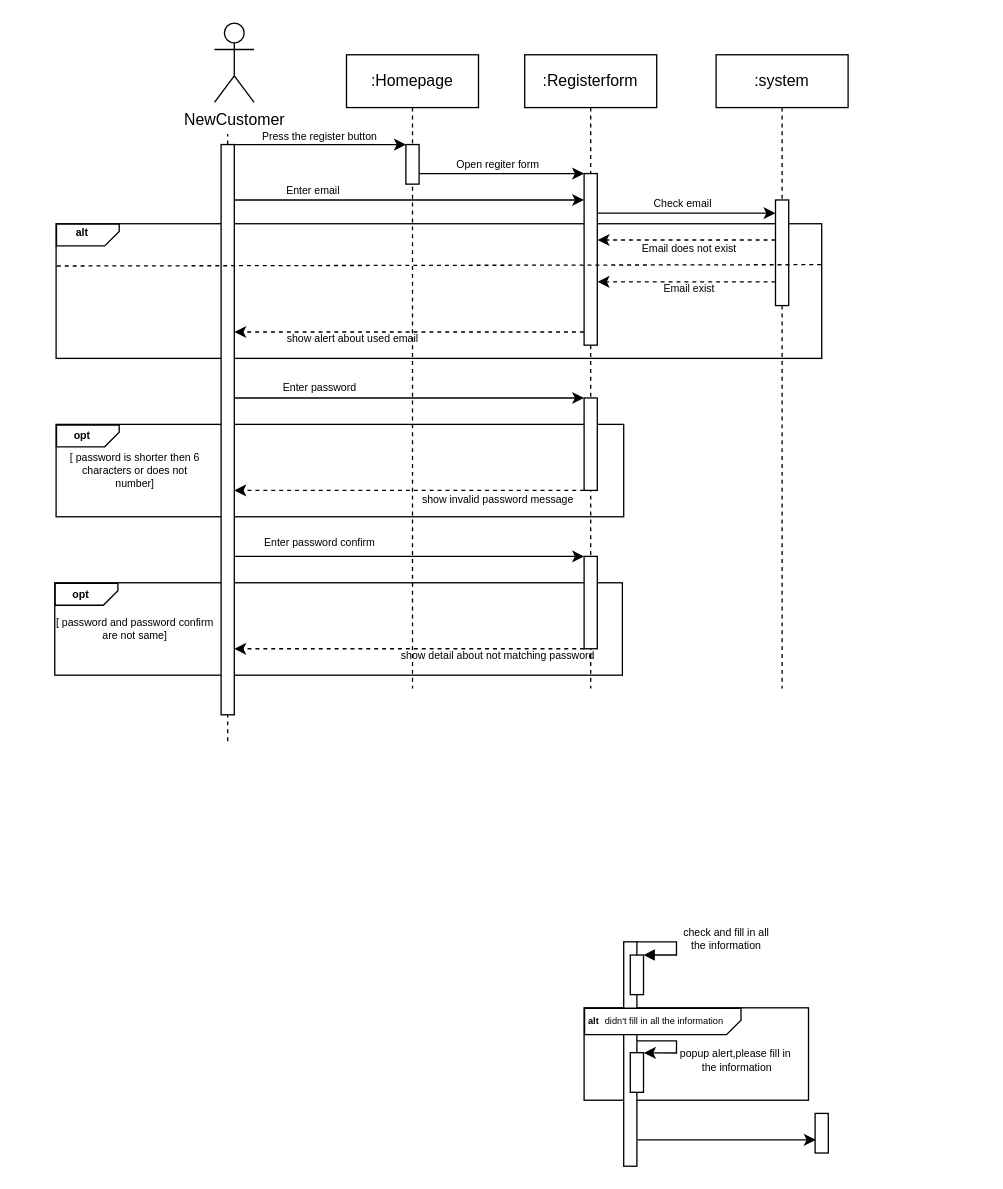
Above: se.drawio in Yaya25aom/bookhotel (draw.io), before the change. Source tidied: cells renumbered, new cells numbered last; positions are measured from the earlier drawing's top-left corner, leaving out a move shared by most shapes. Both pictures are drawn from the tidied source at 132%, with x=0, y=0 at pixel (22, 22).
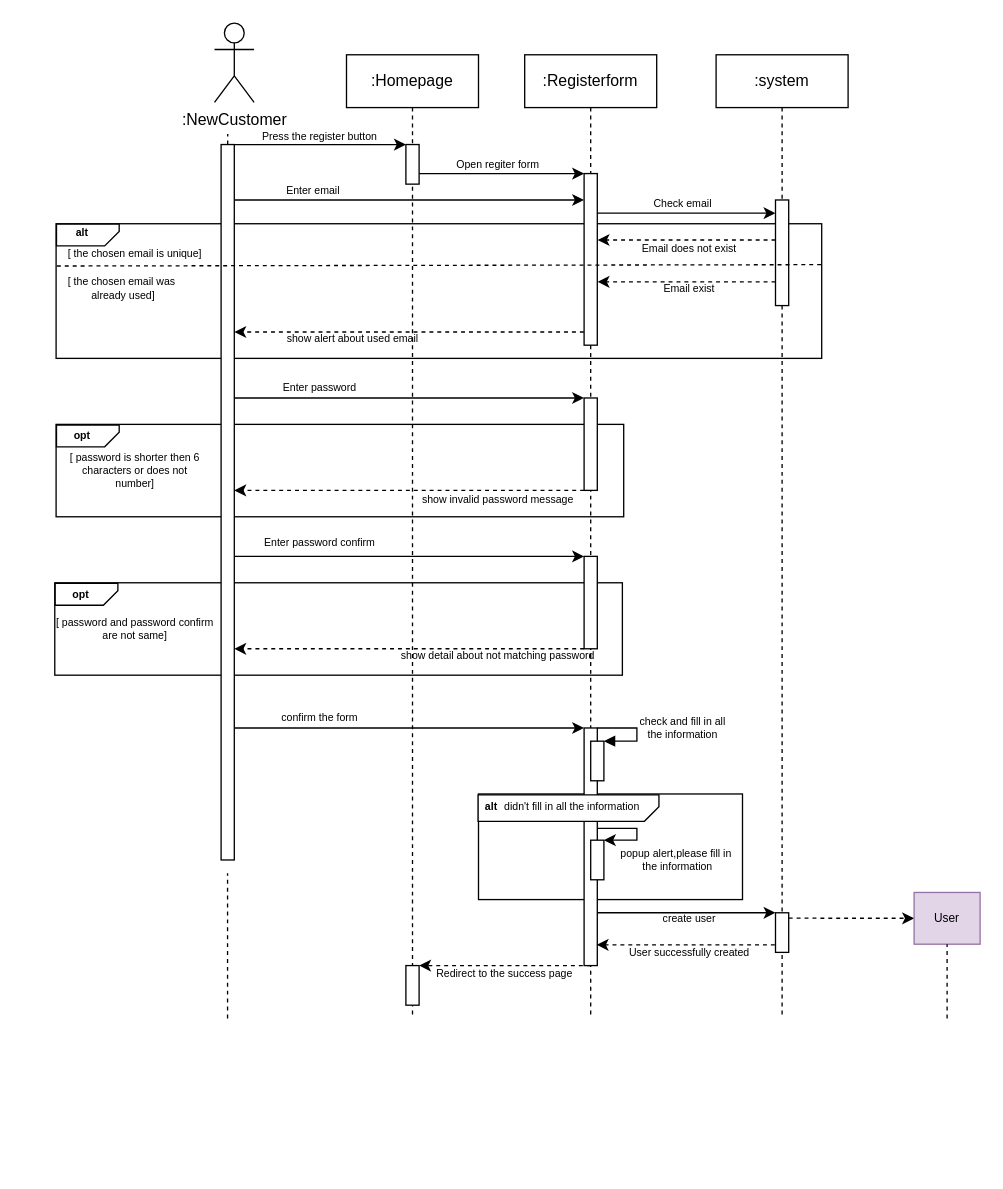
After the change.

The edit, as a diff of the source:
```diff
@@
+    <mxCell id="62" style="rounded=0;whiteSpace=wrap;html=1;" parent="1" vertex="1">
+      <mxGeometry x="345" y="584" width="200" height="80" as="geometry" />
+    </mxCell>
@@
     <mxCell id="5" value=":Registerform" style="shape=umlLifeline;perimeter=lifelinePerimeter;whiteSpace=wrap;html=1;newEdgeStyle={&quot;edgeStyle&quot;:&quot;elbowEdgeStyle&quot;,&quot;elbow&quot;:&quot;vertical&quot;,&quot;curved&quot;:0,&quot;rounded&quot;:0};" parent="1" vertex="1">
-      <mxGeometry x="380" y="24" width="100" height="480" as="geometry" />
+      <mxGeometry x="380" y="24" width="100" height="730" as="geometry" />
     </mxCell>
@@
+    <mxCell id="63" style="html=1;points=[];perimeter=orthogonalPerimeter;outlineConnect=0;targetShapes=umlLifeline;portConstraint=eastwest;newEdgeStyle={&quot;edgeStyle&quot;:&quot;elbowEdgeStyle&quot;,&quot;elbow&quot;:&quot;vertical&quot;,&quot;curved&quot;:0,&quot;rounded&quot;:0};" parent="5" vertex="1">
+      <mxGeometry x="45" y="510" width="10" height="180" as="geometry" />
+    </mxCell>
+    <mxCell id="64" style="html=1;perimeter=orthogonalPerimeter;targetShapes=umlLifeline;newEdgeStyle={&quot;edgeStyle&quot;:&quot;elbowEdgeStyle&quot;,&quot;elbow&quot;:&quot;vertical&quot;,&quot;curved&quot;:0,&quot;rounded&quot;:0};" parent="5" vertex="1">
+      <mxGeometry x="50" y="520" width="10" height="30" as="geometry" />
+    </mxCell>
     <mxCell id="9" value=":system" style="shape=umlLifeline;perimeter=lifelinePerimeter;whiteSpace=wrap;html=1;newEdgeStyle={&quot;edgeStyle&quot;:&quot;elbowEdgeStyle&quot;,&quot;elbow&quot;:&quot;vertical&quot;,&quot;curved&quot;:0,&quot;rounded&quot;:0};" parent="1" vertex="1">
-      <mxGeometry x="525" y="24" width="100" height="480" as="geometry" />
+      <mxGeometry x="525" y="24" width="100" height="730" as="geometry" />
     </mxCell>
@@
+    <mxCell id="65" style="html=1;points=[];perimeter=orthogonalPerimeter;outlineConnect=0;targetShapes=umlLifeline;portConstraint=eastwest;newEdgeStyle={&quot;edgeStyle&quot;:&quot;elbowEdgeStyle&quot;,&quot;elbow&quot;:&quot;vertical&quot;,&quot;curved&quot;:0,&quot;rounded&quot;:0};" parent="9" vertex="1">
+      <mxGeometry x="45" y="650" width="10" height="30" as="geometry" />
+    </mxCell>
-    <mxCell id="11" value="NewCustomer" style="shape=umlActor;verticalLabelPosition=bottom;verticalAlign=top;html=1;" parent="1" vertex="1">
+    <mxCell id="11" value=":NewCustomer" style="shape=umlActor;verticalLabelPosition=bottom;verticalAlign=top;html=1;" parent="1" vertex="1">
       <mxGeometry x="145" width="30" height="60" as="geometry" />
     </mxCell>
@@
-    <mxCell id="16" style="rounded=0;whiteSpace=wrap;html=1;" parent="1" vertex="1">
-      <mxGeometry x="425" y="746" width="170" height="70" as="geometry" />
-    </mxCell>
-    <mxCell id="17" style="html=1;perimeter=orthogonalPerimeter;targetShapes=umlLifeline;newEdgeStyle={&quot;edgeStyle&quot;:&quot;elbowEdgeStyle&quot;,&quot;elbow&quot;:&quot;vertical&quot;,&quot;curved&quot;:0,&quot;rounded&quot;:0};" parent="1" vertex="1">
-      <mxGeometry x="455" y="696" width="10" height="170" as="geometry" />
-    </mxCell>
-    <mxCell id="18" style="html=1;perimeter=orthogonalPerimeter;targetShapes=umlLifeline;newEdgeStyle={&quot;edgeStyle&quot;:&quot;elbowEdgeStyle&quot;,&quot;elbow&quot;:&quot;vertical&quot;,&quot;curved&quot;:0,&quot;rounded&quot;:0};" parent="1" vertex="1">
-      <mxGeometry x="460" y="706" width="10" height="30" as="geometry" />
-    </mxCell>
-    <mxCell id="19" style="html=1;verticalAlign=bottom;endArrow=block;edgeStyle=orthogonalEdgeStyle;elbow=vertical;rounded=0;" parent="1" edge="1">
-      <mxGeometry relative="1" as="geometry">
-        <mxPoint x="465" y="696" as="sourcePoint" />
-        <mxPoint x="470" y="706" as="targetPoint" />
-        <Array as="points">
-          <mxPoint x="465" y="696" />
-          <mxPoint x="495" y="696" />
-          <mxPoint x="495" y="706" />
-        </Array>
-      </mxGeometry>
-    </mxCell>
-    <mxCell id="20" style="html=1;perimeter=orthogonalPerimeter;targetShapes=umlLifeline;newEdgeStyle={&quot;edgeStyle&quot;:&quot;elbowEdgeStyle&quot;,&quot;elbow&quot;:&quot;vertical&quot;,&quot;curved&quot;:0,&quot;rounded&quot;:0};" parent="1" vertex="1">
-      <mxGeometry x="600" y="826" width="10" height="30" as="geometry" />
-    </mxCell>
-    <mxCell id="21" value="check and fill in all &#10;the information" style="text;align=center;verticalAlign=middle;strokeColor=none;fillColor=none;fontSize=8;" parent="1" vertex="1">
-      <mxGeometry x="483" y="674" width="100" height="40" as="geometry" />
-    </mxCell>
-    <mxCell id="22" style="shape=card;whiteSpace=wrap;html=1;direction=east;rotation=90;flipV=0;flipH=1;size=11;" parent="1" vertex="1">
-      <mxGeometry x="474.6" y="697.1" width="20" height="118.5" as="geometry" />
-    </mxCell>
-    <mxCell id="23" value=" didn't fill in all the information" style="text;strokeColor=none;fillColor=none;align=center;verticalAlign=middle;rounded=0;fontSize=7;" parent="1" vertex="1">
-      <mxGeometry x="455" y="741" width="60" height="30" as="geometry" />
-    </mxCell>
-    <mxCell id="24" value="alt" style="text;strokeColor=none;fillColor=none;align=center;verticalAlign=middle;rounded=0;fontStyle=1;fontSize=7;" parent="1" vertex="1">
-      <mxGeometry x="425" y="748.5" width="15" height="15" as="geometry" />
-    </mxCell>
-    <mxCell id="25" style="html=1;points=[];perimeter=orthogonalPerimeter;outlineConnect=0;targetShapes=umlLifeline;portConstraint=eastwest;newEdgeStyle={&quot;edgeStyle&quot;:&quot;elbowEdgeStyle&quot;,&quot;elbow&quot;:&quot;vertical&quot;,&quot;curved&quot;:0,&quot;rounded&quot;:0};" parent="1" vertex="1">
-      <mxGeometry x="460" y="780" width="10" height="30" as="geometry" />
-    </mxCell>
-    <mxCell id="26" style="endArrow=classic;html=1;rounded=0;edgeStyle=orthogonalEdgeStyle;entryX=1.034;entryY=0.005;entryDx=0;entryDy=0;entryPerimeter=0;" parent="1" edge="1" target="25">
-      <mxGeometry relative="1" as="geometry">
-        <mxPoint x="465" y="771" as="sourcePoint" />
-        <Array as="points">
-          <mxPoint x="495" y="771" />
-          <mxPoint x="495" y="780" />
-        </Array>
-      </mxGeometry>
-    </mxCell>
-    <mxCell id="27" value="popup alert,please fill in&#10; the information" style="text;strokeColor=none;fillColor=none;align=center;verticalAlign=middle;rounded=0;fontSize=8;" parent="1" vertex="1">
-      <mxGeometry x="510" y="771" width="60" height="30" as="geometry" />
-    </mxCell>
-    <mxCell id="28" style="endArrow=classic;html=1;rounded=0;" parent="1" edge="1">
-      <mxGeometry relative="1" as="geometry">
-        <mxPoint x="465.5" y="846" as="sourcePoint" />
-        <mxPoint x="600.5" y="846" as="targetPoint" />
-      </mxGeometry>
-    </mxCell>
@@
-    <mxCell id="30" style="endArrow=none;html=1;rounded=0;dashed=1;" parent="1" edge="1" target="31">
+    <mxCell id="30" style="endArrow=none;html=1;rounded=0;dashed=1;" parent="1" edge="1">
       <mxGeometry relative="1" as="geometry">
-        <mxPoint x="155" y="544" as="sourcePoint" />
+        <mxPoint x="154.9" y="754" as="sourcePoint" />
+        <mxPoint x="154.9" y="644" as="targetPoint" />
       </mxGeometry>
     </mxCell>
     <mxCell id="31" style="html=1;points=[];perimeter=orthogonalPerimeter;outlineConnect=0;targetShapes=umlLifeline;portConstraint=eastwest;newEdgeStyle={&quot;edgeStyle&quot;:&quot;elbowEdgeStyle&quot;,&quot;elbow&quot;:&quot;vertical&quot;,&quot;curved&quot;:0,&quot;rounded&quot;:0};" parent="1" vertex="1">
-      <mxGeometry x="150" y="92" width="10" height="432" as="geometry" />
+      <mxGeometry x="150" y="92" width="10" height="542" as="geometry" />
     </mxCell>
@@
     <mxCell id="44" value=":Homepage" style="shape=umlLifeline;perimeter=lifelinePerimeter;whiteSpace=wrap;html=1;newEdgeStyle={&quot;edgeStyle&quot;:&quot;elbowEdgeStyle&quot;,&quot;elbow&quot;:&quot;vertical&quot;,&quot;curved&quot;:0,&quot;rounded&quot;:0};" parent="1" vertex="1">
-      <mxGeometry x="245" y="24" width="100" height="480" as="geometry" />
+      <mxGeometry x="245" y="24" width="100" height="730" as="geometry" />
     </mxCell>
@@
+    <mxCell id="66" style="html=1;points=[];perimeter=orthogonalPerimeter;outlineConnect=0;targetShapes=umlLifeline;portConstraint=eastwest;newEdgeStyle={&quot;edgeStyle&quot;:&quot;elbowEdgeStyle&quot;,&quot;elbow&quot;:&quot;vertical&quot;,&quot;curved&quot;:0,&quot;rounded&quot;:0};" parent="44" vertex="1">
+      <mxGeometry x="45" y="690" width="10" height="30" as="geometry" />
+    </mxCell>
@@
+    <mxCell id="67" style="endArrow=classic;html=1;rounded=0;" parent="1" edge="1" source="31" target="63">
+      <mxGeometry relative="1" as="geometry" />
+    </mxCell>
+    <mxCell id="68" value="confirm the form" style="text;align=center;verticalAlign=middle;strokeColor=none;fillColor=none;fontSize=8;" parent="1" vertex="1">
+      <mxGeometry x="175" y="511" width="100" height="30" as="geometry" />
+    </mxCell>
+    <mxCell id="69" style="html=1;verticalAlign=bottom;endArrow=block;edgeStyle=orthogonalEdgeStyle;elbow=vertical;rounded=0;" parent="1" edge="1">
+      <mxGeometry relative="1" as="geometry">
+        <mxPoint x="435" y="534" as="sourcePoint" />
+        <mxPoint x="440" y="544" as="targetPoint" />
+        <Array as="points">
+          <mxPoint x="435" y="534" />
+          <mxPoint x="465" y="534" />
+          <mxPoint x="465" y="544" />
+        </Array>
+      </mxGeometry>
+    </mxCell>
+    <mxCell id="21" value="check and fill in all &#10;the information" style="text;align=center;verticalAlign=middle;strokeColor=none;fillColor=none;fontSize=8;" parent="1" vertex="1">
+      <mxGeometry x="450" y="514" width="100" height="40" as="geometry" />
+    </mxCell>
+    <mxCell id="70" style="shape=card;whiteSpace=wrap;html=1;direction=east;rotation=90;flipV=0;flipH=1;size=11;" parent="1" vertex="1">
+      <mxGeometry x="403.2" y="526.2" width="20" height="137" as="geometry" />
+    </mxCell>
+    <mxCell id="24" value="alt" style="text;strokeColor=none;fillColor=none;align=center;verticalAlign=middle;rounded=0;fontStyle=1;fontSize=8;" parent="1" vertex="1">
+      <mxGeometry x="347.5" y="586.2" width="15" height="15" as="geometry" />
+    </mxCell>
+    <mxCell id="23" value=" didn't fill in all the information" style="text;strokeColor=none;fillColor=none;align=center;verticalAlign=middle;rounded=0;fontSize=8;" parent="1" vertex="1">
+      <mxGeometry x="385" y="578.8" width="60" height="30" as="geometry" />
+    </mxCell>
+    <mxCell id="71" style="html=1;perimeter=orthogonalPerimeter;targetShapes=umlLifeline;newEdgeStyle={&quot;edgeStyle&quot;:&quot;elbowEdgeStyle&quot;,&quot;elbow&quot;:&quot;vertical&quot;,&quot;curved&quot;:0,&quot;rounded&quot;:0};" parent="1" vertex="1">
+      <mxGeometry x="430" y="619" width="10" height="30" as="geometry" />
+    </mxCell>
+    <mxCell id="72" style="endArrow=classic;html=1;rounded=0;edgeStyle=orthogonalEdgeStyle;entryX=1.034;entryY=0.005;entryDx=0;entryDy=0;entryPerimeter=0;" parent="1" edge="1">
+      <mxGeometry relative="1" as="geometry">
+        <mxPoint x="435" y="610" as="sourcePoint" />
+        <mxPoint x="440" y="619" as="targetPoint" />
+        <Array as="points">
+          <mxPoint x="465" y="610" />
+          <mxPoint x="465" y="619" />
+        </Array>
+      </mxGeometry>
+    </mxCell>
+    <mxCell id="27" value="popup alert,please fill in&#10; the information" style="text;strokeColor=none;fillColor=none;align=center;verticalAlign=middle;rounded=0;fontSize=8;" parent="1" vertex="1">
+      <mxGeometry x="465" y="619" width="60" height="30" as="geometry" />
+    </mxCell>
+    <mxCell id="73" style="endArrow=classic;html=1;rounded=0;" parent="1" edge="1" target="65">
+      <mxGeometry relative="1" as="geometry">
+        <mxPoint x="435" y="674" as="sourcePoint" />
+      </mxGeometry>
+    </mxCell>
+    <mxCell id="74" value="create user" style="text;strokeColor=none;fillColor=none;align=center;verticalAlign=middle;rounded=0;fontSize=8;" parent="1" vertex="1">
+      <mxGeometry x="475" y="663.2" width="60" height="30" as="geometry" />
+    </mxCell>
+    <mxCell id="75" style="endArrow=classic;html=1;rounded=0;dashed=1;" parent="1" edge="1" target="76">
+      <mxGeometry relative="1" as="geometry">
+        <mxPoint x="580" y="678.1" as="sourcePoint" />
+      </mxGeometry>
+    </mxCell>
+    <mxCell id="76" value="User" style="rounded=0;fillColor=#e1d5e7;strokeColor=#9673a6;fontSize=9;" parent="1" vertex="1">
+      <mxGeometry x="675" y="658.6" width="50" height="39.2" as="geometry" />
+    </mxCell>
+    <mxCell id="77" style="endArrow=classic;html=1;rounded=0;dashed=1;" parent="1" edge="1">
+      <mxGeometry relative="1" as="geometry">
+        <mxPoint x="569.5" y="698.3" as="sourcePoint" />
+        <mxPoint x="434.5" y="698.3" as="targetPoint" />
+      </mxGeometry>
+    </mxCell>
+    <mxCell id="78" value="User successfully created" style="text;strokeColor=none;fillColor=none;align=center;verticalAlign=middle;rounded=0;fontSize=8;" parent="1" vertex="1">
+      <mxGeometry x="475" y="689" width="60" height="30" as="geometry" />
+    </mxCell>
+    <mxCell id="79" style="endArrow=classic;html=1;rounded=0;dashed=1;" parent="1" edge="1" target="66">
+      <mxGeometry relative="1" as="geometry">
+        <mxPoint x="430" y="714" as="sourcePoint" />
+      </mxGeometry>
+    </mxCell>
+    <mxCell id="80" value="Redirect to the success page" style="text;strokeColor=none;fillColor=none;align=center;verticalAlign=middle;rounded=0;fontSize=8;" parent="1" vertex="1">
+      <mxGeometry x="335" y="705" width="60" height="30" as="geometry" />
+    </mxCell>
+    <mxCell id="81" style="endArrow=none;dashed=1;html=1;rounded=0;entryX=0.5;entryY=1;entryDx=0;entryDy=0;" parent="1" edge="1" target="76">
+      <mxGeometry relative="1" as="geometry">
+        <mxPoint x="700" y="754" as="sourcePoint" />
+      </mxGeometry>
+    </mxCell>
+    <mxCell id="82" value="[ the chosen email is unique]" style="text;align=center;verticalAlign=middle;strokeColor=none;fillColor=none;fontSize=8;" parent="1" vertex="1">
+      <mxGeometry x="10" y="160" width="150" height="30" as="geometry" />
+    </mxCell>
+    <mxCell id="83" value="[ the chosen email was&#10; already used]" style="text;align=center;verticalAlign=middle;strokeColor=none;fillColor=none;fontSize=8;" parent="1" vertex="1">
+      <mxGeometry x="10" y="181.2" width="130" height="40" as="geometry" />
+    </mxCell>
```
